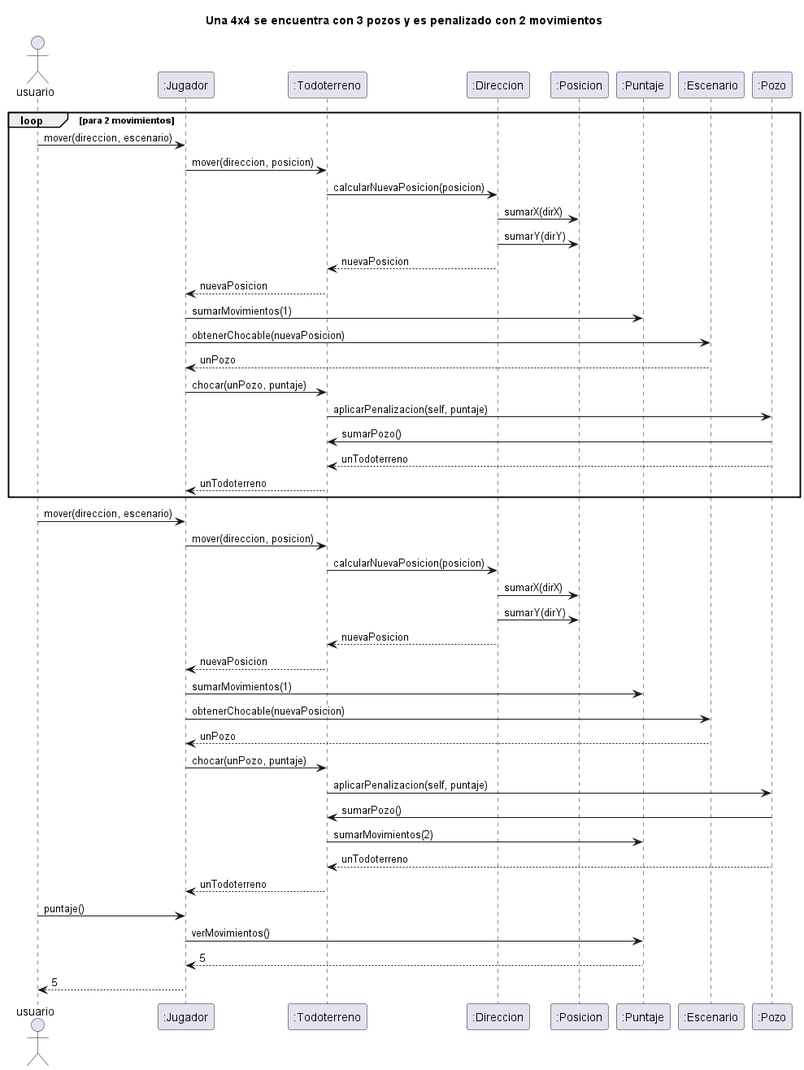
NestorPala/T17-GPSChallenge keeps this PlantUML diagram as diagrams/sequences/todoterreno_choca_3pozos.png. Above is the earlier version. Its source is kept beside it as diagrams/sequences/todoterreno_choca_3pozos.puml.
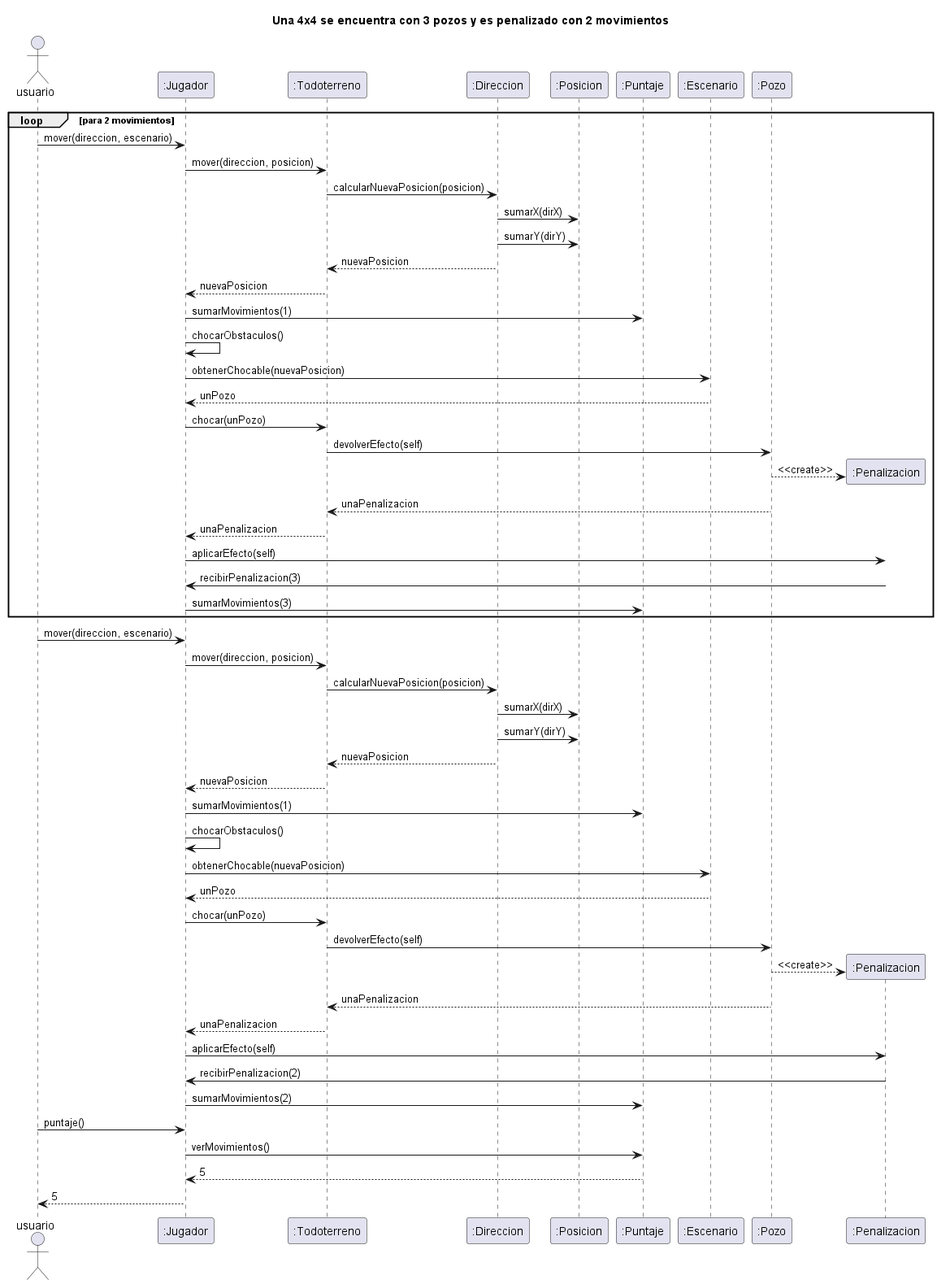
After the commit.

What changed in the source:
```diff
@@ -11,13 +11,18 @@
 ":Direccion" --> ":Todoterreno": nuevaPosicion
 ":Todoterreno" --> ":Jugador": nuevaPosicion
 ":Jugador" -> ":Puntaje": sumarMovimientos(1)
+":Jugador" -> ":Jugador": chocarObstaculos()
 ":Jugador" -> ":Escenario": obtenerChocable(nuevaPosicion)
 ":Escenario" --> ":Jugador": unPozo
-":Jugador" -> ":Todoterreno": chocar(unPozo, puntaje)
-":Todoterreno" -> ":Pozo": aplicarPenalizacion(self, puntaje)
-":Pozo" -> ":Todoterreno" : sumarPozo()
-":Pozo" --> ":Todoterreno" : unTodoterreno
-":Todoterreno" --> ":Jugador" : unTodoterreno
+":Jugador" -> ":Todoterreno": chocar(unPozo)
+":Todoterreno" -> ":Pozo": devolverEfecto(self)
+create ":Penalizacion"
+":Pozo" --> ":Penalizacion": <<create>>
+":Pozo" --> ":Todoterreno" : unaPenalizacion
+":Todoterreno" --> ":Jugador" : unaPenalizacion
+":Jugador" -> ":Penalizacion" : aplicarEfecto(self)
+":Penalizacion" -> ":Jugador" : recibirPenalizacion(3)
+":Jugador" -> ":Puntaje" : sumarMovimientos(3)
 end
 
 "usuario" -> ":Jugador": mover(direccion, escenario)
@@ -28,14 +33,18 @@
 ":Direccion" --> ":Todoterreno": nuevaPosicion
 ":Todoterreno" --> ":Jugador": nuevaPosicion
 ":Jugador" -> ":Puntaje": sumarMovimientos(1)
+":Jugador" -> ":Jugador": chocarObstaculos()
 ":Jugador" -> ":Escenario": obtenerChocable(nuevaPosicion)
 ":Escenario" --> ":Jugador": unPozo
-":Jugador" -> ":Todoterreno": chocar(unPozo, puntaje)
-":Todoterreno" -> ":Pozo": aplicarPenalizacion(self, puntaje)
-":Pozo" -> ":Todoterreno" : sumarPozo()
-":Todoterreno" -> ":Puntaje" : sumarMovimientos(2)
-":Pozo" --> ":Todoterreno" : unTodoterreno
-":Todoterreno" --> ":Jugador" : unTodoterreno
+":Jugador" -> ":Todoterreno": chocar(unPozo)
+":Todoterreno" -> ":Pozo": devolverEfecto(self)
+create ":Penalizacion"
+":Pozo" --> ":Penalizacion": <<create>>
+":Pozo" --> ":Todoterreno" : unaPenalizacion
+":Todoterreno" --> ":Jugador" : unaPenalizacion
+":Jugador" -> ":Penalizacion" : aplicarEfecto(self)
+":Penalizacion" -> ":Jugador" : recibirPenalizacion(2)
+":Jugador" -> ":Puntaje" : sumarMovimientos(2)
 
 "usuario" -> ":Jugador": puntaje()
 ":Jugador" -> ":Puntaje": verMovimientos()
```
